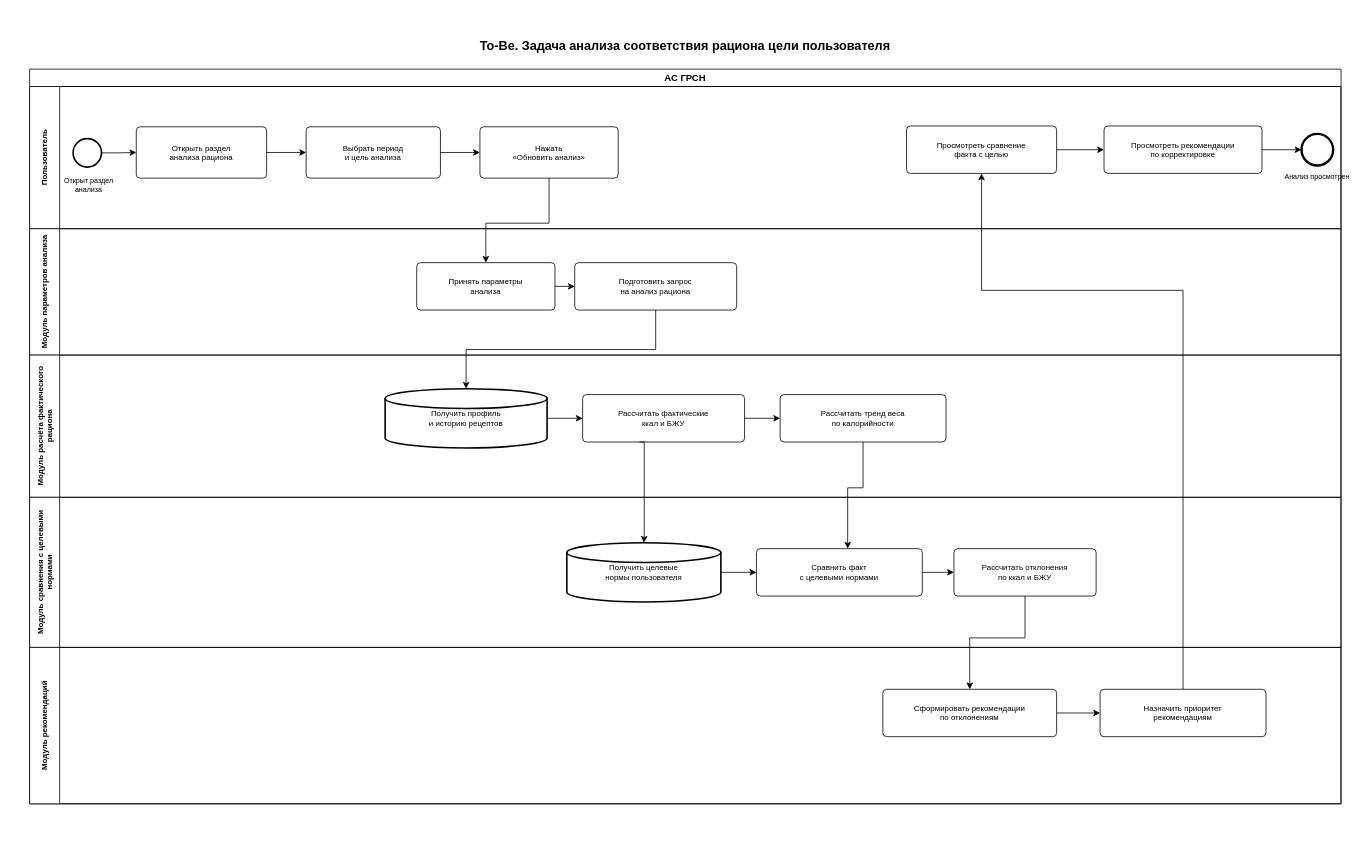
Skipl1/ASOIU keeps this draw.io diagram as Optimization-Methods/laba_2/diagrams/To-Be/To-Be_Анализ_соответствия_рациона_цели_BPMN.drawio. Above is the earlier version. Source tidied: cells renumbered, new cells numbered last; positions are measured from the earlier drawing's top-left corner, leaving out a move shared by most shapes. Both pictures are drawn from the tidied source at 79%, with x=0, y=0 at pixel (13, 13).
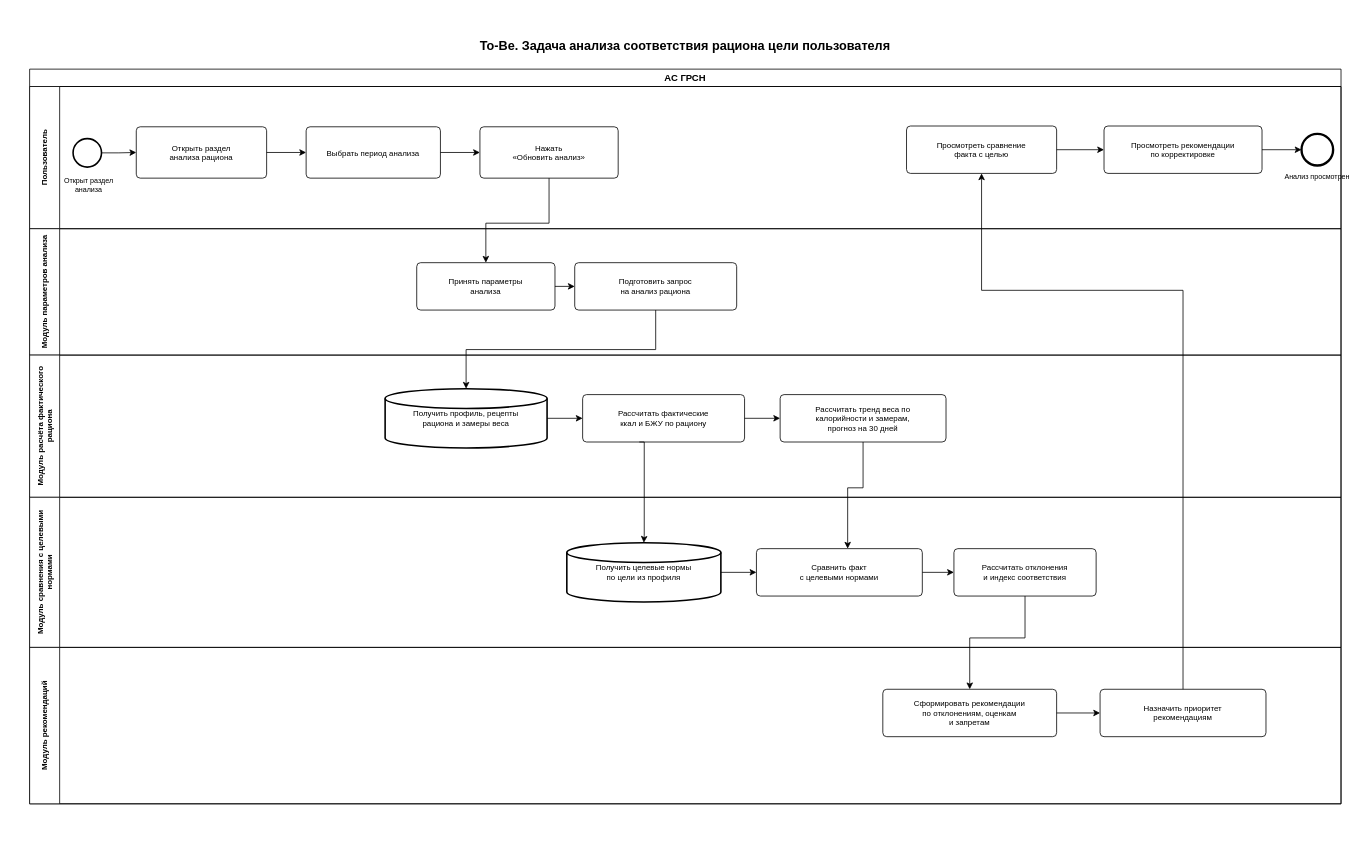
Above is the later version.

Unchanged cells that the change refers to:
```xml
<mxCell id="8" value="Модуль расчёта фактического рациона" style="swimlane;html=1;horizontal=0;startSize=38;fillColor=#ffffff;strokeColor=#000000;whiteSpace=wrap;fontSize=10;fontStyle=1;" parent="1" vertex="1">
  <mxGeometry x="20" y="432" width="1660" height="180" as="geometry" />
</mxCell>
<mxCell id="12" value="Модуль сравнения с целевыми нормами" style="swimlane;html=1;horizontal=0;startSize=38;fillColor=#ffffff;strokeColor=#000000;whiteSpace=wrap;fontSize=10;fontStyle=1;" parent="1" vertex="1">
  <mxGeometry x="20" y="612" width="1660" height="190" as="geometry" />
</mxCell>
```

Change to the diagram source:
```diff
@@
-    <mxCell id="9" value="Получить профиль&lt;br&gt;и историю рецептов" style="strokeWidth=2;html=1;shape=mxgraph.flowchart.database;whiteSpace=wrap;fillColor=#ffffff;strokeColor=#000000;fontSize=10;" parent="8" vertex="1">
+    <mxCell id="9" value="Получить профиль, рецепты&lt;br&gt;рациона и замеры веса" style="strokeWidth=2;html=1;shape=mxgraph.flowchart.database;whiteSpace=wrap;fillColor=#ffffff;strokeColor=#000000;fontSize=10;" parent="8" vertex="1">
       <mxGeometry x="450" y="42.5" width="205" height="75" as="geometry" />
     </mxCell>
-    <mxCell id="10" value="Рассчитать фактические&lt;br&gt;ккал и БЖУ" style="rounded=1;whiteSpace=wrap;html=1;arcSize=10;absoluteArcSize=1;fillColor=#ffffff;strokeColor=#000000;fontSize=10;" parent="8" vertex="1">
+    <mxCell id="10" value="Рассчитать фактические&lt;br&gt;ккал и БЖУ по рациону" style="rounded=1;whiteSpace=wrap;html=1;arcSize=10;absoluteArcSize=1;fillColor=#ffffff;strokeColor=#000000;fontSize=10;" parent="8" vertex="1">
       <mxGeometry x="700" y="50" width="205" height="60" as="geometry" />
     </mxCell>
@@
-    <mxCell id="13" value="Получить целевые&lt;br&gt;нормы пользователя" style="strokeWidth=2;html=1;shape=mxgraph.flowchart.database;whiteSpace=wrap;fillColor=#ffffff;strokeColor=#000000;fontSize=10;" parent="12" vertex="1">
+    <mxCell id="13" value="Получить целевые нормы&lt;br&gt;по цели из профиля" style="strokeWidth=2;html=1;shape=mxgraph.flowchart.database;whiteSpace=wrap;fillColor=#ffffff;strokeColor=#000000;fontSize=10;" parent="12" vertex="1">
       <mxGeometry x="680" y="57.5" width="195" height="75" as="geometry" />
     </mxCell>
@@
-    <mxCell id="19" value="Выбрать период&lt;br&gt;и цель анализа" style="rounded=1;whiteSpace=wrap;html=1;arcSize=10;absoluteArcSize=1;fillColor=#ffffff;strokeColor=#000000;fontSize=10;" parent="1" vertex="1">
+    <mxCell id="19" value="Выбрать период анализа" style="rounded=1;whiteSpace=wrap;html=1;arcSize=10;absoluteArcSize=1;fillColor=#ffffff;strokeColor=#000000;fontSize=10;" parent="1" vertex="1">
       <mxGeometry x="370" y="143" width="170" height="65" as="geometry" />
     </mxCell>
@@
-    <mxCell id="26" value="Рассчитать тренд веса&lt;br&gt;по калорийности" style="rounded=1;whiteSpace=wrap;html=1;arcSize=10;absoluteArcSize=1;fillColor=#ffffff;strokeColor=#000000;fontSize=10;" parent="1" vertex="1">
+    <mxCell id="26" value="Рассчитать тренд веса по&lt;br&gt;калорийности и замерам,&lt;br&gt;прогноз на 30 дней" style="rounded=1;whiteSpace=wrap;html=1;arcSize=10;absoluteArcSize=1;fillColor=#ffffff;strokeColor=#000000;fontSize=10;" parent="1" vertex="1">
       <mxGeometry x="970" y="482" width="210" height="60" as="geometry" />
     </mxCell>
@@
-    <mxCell id="28" value="Рассчитать отклонения&lt;br&gt;по ккал и БЖУ" style="rounded=1;whiteSpace=wrap;html=1;arcSize=10;absoluteArcSize=1;fillColor=#ffffff;strokeColor=#000000;fontSize=10;" parent="1" vertex="1">
+    <mxCell id="28" value="Рассчитать отклонения&lt;br&gt;и индекс соответствия" style="rounded=1;whiteSpace=wrap;html=1;arcSize=10;absoluteArcSize=1;fillColor=#ffffff;strokeColor=#000000;fontSize=10;" parent="1" vertex="1">
       <mxGeometry x="1190" y="677" width="180" height="60" as="geometry" />
     </mxCell>
-    <mxCell id="29" value="Сформировать рекомендации&lt;br&gt;по отклонениям" style="rounded=1;whiteSpace=wrap;html=1;arcSize=10;absoluteArcSize=1;fillColor=#ffffff;strokeColor=#000000;fontSize=10;" parent="1" vertex="1">
+    <mxCell id="29" value="Сформировать рекомендации&lt;br&gt;по отклонениям, оценкам&lt;br&gt;и запретам" style="rounded=1;whiteSpace=wrap;html=1;arcSize=10;absoluteArcSize=1;fillColor=#ffffff;strokeColor=#000000;fontSize=10;" parent="1" vertex="1">
       <mxGeometry x="1100" y="855" width="220" height="60" as="geometry" />
     </mxCell>
```
